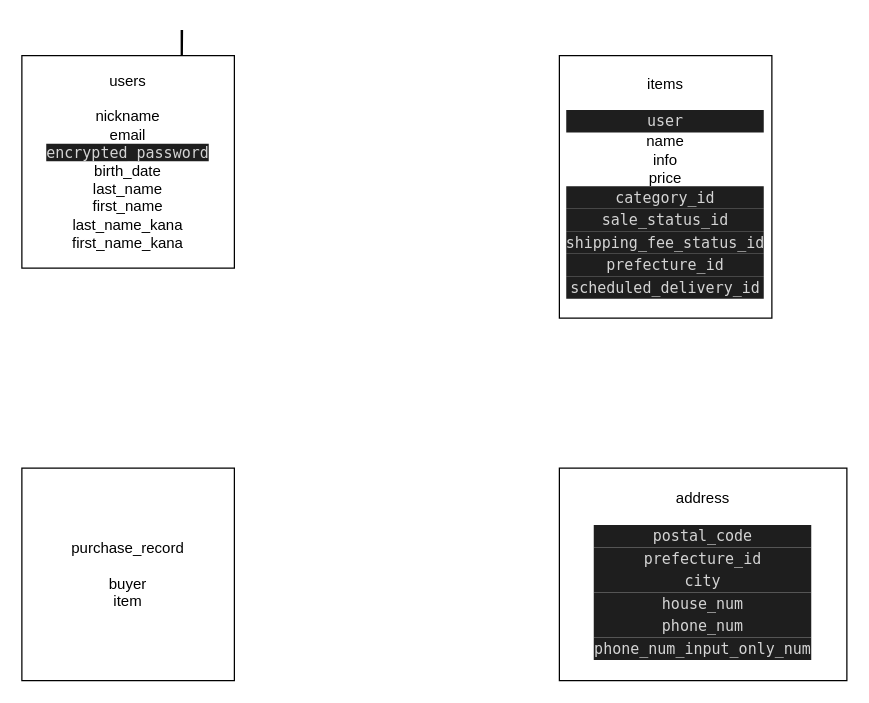
Earlier version of the draw.io diagram er.dio (blue-techcamp/furima-33017). Source tidied: cells renumbered, new cells numbered last; positions are measured from the earlier drawing's top-left corner, leaving out a move shared by most shapes. Both pictures are drawn from the tidied source at 125%, with x=0, y=0 at pixel (21, 55).
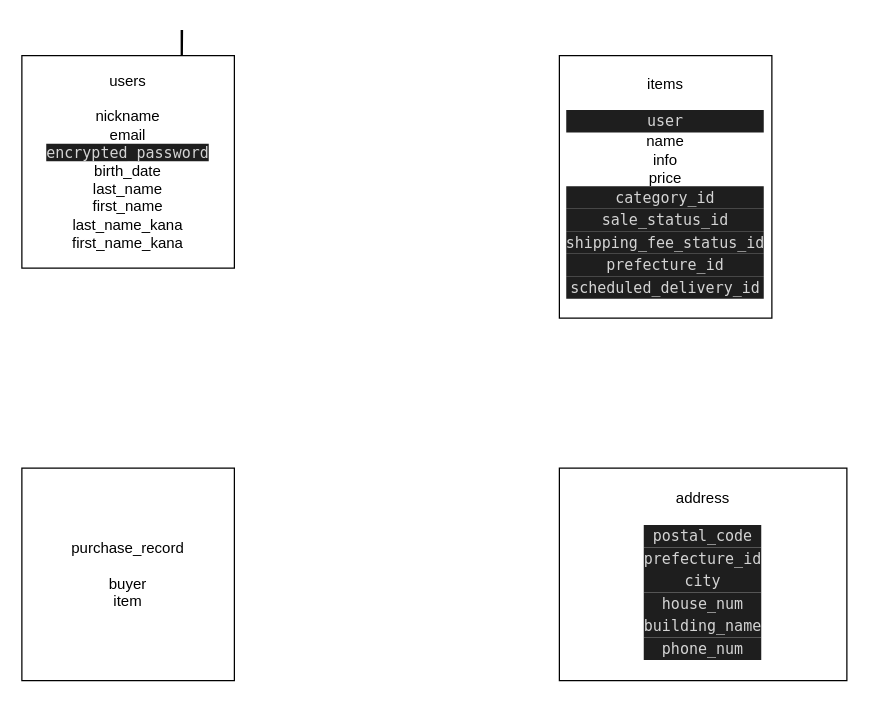
The same page after the edit.

Commit message (it also covers changes not shown here):
ER図・README修正3

The edit, as a diff of the source:
```diff
@@
 <mxGraphModel>
   <root>
     <mxCell id="0" />
     <mxCell id="1" parent="0" />
     <mxCell id="2" style="edgeStyle=orthogonalEdgeStyle;rounded=0;jettySize=auto;html=1;exitX=0.75;exitY=0;exitDx=0;exitDy=0;" parent="1" edge="1" source="3">
       <mxGeometry relative="1" as="geometry">
         <mxPoint x="128" y="40" as="targetPoint" />
       </mxGeometry>
     </mxCell>
     <mxCell id="3" value="users&lt;br&gt;&lt;br&gt;nickname&lt;br&gt;email&lt;br&gt;&lt;span style=&quot;background-color: rgb(30 , 30 , 30) ; color: rgb(212 , 212 , 212) ; font-family: &amp;#34;menlo&amp;#34; , &amp;#34;monaco&amp;#34; , &amp;#34;courier new&amp;#34; , monospace&quot;&gt;encrypted_password&lt;br&gt;&lt;/span&gt;birth_date&lt;br&gt;last_name&lt;br&gt;first_name&lt;br&gt;last_name_kana&lt;br&gt;first_name_kana" style="rounded=0;whiteSpace=wrap;html=1;" parent="1" vertex="1">
       <mxGeometry width="170" height="170" as="geometry" />
     </mxCell>
     <mxCell id="4" value="items&lt;br&gt;&lt;br&gt;&lt;div style=&quot;color: rgb(212 , 212 , 212) ; background-color: rgb(30 , 30 , 30) ; font-family: &amp;#34;menlo&amp;#34; , &amp;#34;monaco&amp;#34; , &amp;#34;courier new&amp;#34; , monospace ; line-height: 18px&quot;&gt;user&lt;/div&gt;name&lt;br&gt;info&lt;br&gt;price&lt;br&gt;&lt;div style=&quot;color: rgb(212 , 212 , 212) ; background-color: rgb(30 , 30 , 30) ; font-family: &amp;#34;menlo&amp;#34; , &amp;#34;monaco&amp;#34; , &amp;#34;courier new&amp;#34; , monospace ; line-height: 18px&quot;&gt;category_id&lt;/div&gt;&lt;div style=&quot;color: rgb(212 , 212 , 212) ; background-color: rgb(30 , 30 , 30) ; font-family: &amp;#34;menlo&amp;#34; , &amp;#34;monaco&amp;#34; , &amp;#34;courier new&amp;#34; , monospace ; line-height: 18px&quot;&gt;sale_status_id&lt;/div&gt;&lt;div style=&quot;color: rgb(212 , 212 , 212) ; background-color: rgb(30 , 30 , 30) ; font-family: &amp;#34;menlo&amp;#34; , &amp;#34;monaco&amp;#34; , &amp;#34;courier new&amp;#34; , monospace ; line-height: 18px&quot;&gt;shipping_fee_status_id&lt;/div&gt;&lt;div style=&quot;color: rgb(212 , 212 , 212) ; background-color: rgb(30 , 30 , 30) ; font-family: &amp;#34;menlo&amp;#34; , &amp;#34;monaco&amp;#34; , &amp;#34;courier new&amp;#34; , monospace ; line-height: 18px&quot;&gt;prefecture_id&lt;/div&gt;&lt;div style=&quot;color: rgb(212 , 212 , 212) ; background-color: rgb(30 , 30 , 30) ; font-family: &amp;#34;menlo&amp;#34; , &amp;#34;monaco&amp;#34; , &amp;#34;courier new&amp;#34; , monospace ; line-height: 18px&quot;&gt;scheduled_delivery_id&lt;/div&gt;" style="rounded=0;whiteSpace=wrap;html=1;" parent="1" vertex="1">
       <mxGeometry x="430" width="170" height="210" as="geometry" />
     </mxCell>
-    <mxCell id="5" value="address&lt;br&gt;&lt;br&gt;&lt;div style=&quot;color: rgb(212 , 212 , 212) ; background-color: rgb(30 , 30 , 30) ; font-family: &amp;#34;menlo&amp;#34; , &amp;#34;monaco&amp;#34; , &amp;#34;courier new&amp;#34; , monospace ; line-height: 18px&quot;&gt;postal_code&lt;br&gt;&lt;/div&gt;&lt;div style=&quot;color: rgb(212 , 212 , 212) ; background-color: rgb(30 , 30 , 30) ; font-family: &amp;#34;menlo&amp;#34; , &amp;#34;monaco&amp;#34; , &amp;#34;courier new&amp;#34; , monospace ; line-height: 18px&quot;&gt;&lt;div style=&quot;line-height: 18px&quot;&gt;&lt;div style=&quot;font-family: &amp;#34;menlo&amp;#34; , &amp;#34;monaco&amp;#34; , &amp;#34;courier new&amp;#34; , monospace ; line-height: 18px&quot;&gt;prefecture_id&lt;/div&gt;&lt;/div&gt;&lt;/div&gt;&lt;div style=&quot;color: rgb(212 , 212 , 212) ; background-color: rgb(30 , 30 , 30) ; font-family: &amp;#34;menlo&amp;#34; , &amp;#34;monaco&amp;#34; , &amp;#34;courier new&amp;#34; , monospace ; line-height: 18px&quot;&gt;city&lt;/div&gt;&lt;div style=&quot;color: rgb(212 , 212 , 212) ; background-color: rgb(30 , 30 , 30) ; font-family: &amp;#34;menlo&amp;#34; , &amp;#34;monaco&amp;#34; , &amp;#34;courier new&amp;#34; , monospace ; line-height: 18px&quot;&gt;&lt;div style=&quot;font-family: &amp;#34;menlo&amp;#34; , &amp;#34;monaco&amp;#34; , &amp;#34;courier new&amp;#34; , monospace ; line-height: 18px&quot;&gt;house_num&lt;/div&gt;&lt;/div&gt;&lt;div style=&quot;color: rgb(212 , 212 , 212) ; background-color: rgb(30 , 30 , 30) ; font-family: &amp;#34;menlo&amp;#34; , &amp;#34;monaco&amp;#34; , &amp;#34;courier new&amp;#34; , monospace ; line-height: 18px&quot;&gt;phone_num&lt;/div&gt;&lt;div style=&quot;color: rgb(212 , 212 , 212) ; background-color: rgb(30 , 30 , 30) ; font-family: &amp;#34;menlo&amp;#34; , &amp;#34;monaco&amp;#34; , &amp;#34;courier new&amp;#34; , monospace ; line-height: 18px&quot;&gt;phone_num_input_only_num&lt;/div&gt;" style="rounded=0;whiteSpace=wrap;html=1;" parent="1" vertex="1">
+    <mxCell id="5" value="address&lt;br&gt;&lt;br&gt;&lt;div style=&quot;color: rgb(212 , 212 , 212) ; background-color: rgb(30 , 30 , 30) ; font-family: &amp;#34;menlo&amp;#34; , &amp;#34;monaco&amp;#34; , &amp;#34;courier new&amp;#34; , monospace ; line-height: 18px&quot;&gt;postal_code&lt;br&gt;&lt;/div&gt;&lt;div style=&quot;color: rgb(212 , 212 , 212) ; background-color: rgb(30 , 30 , 30) ; font-family: &amp;#34;menlo&amp;#34; , &amp;#34;monaco&amp;#34; , &amp;#34;courier new&amp;#34; , monospace ; line-height: 18px&quot;&gt;&lt;div style=&quot;line-height: 18px&quot;&gt;&lt;div style=&quot;font-family: &amp;#34;menlo&amp;#34; , &amp;#34;monaco&amp;#34; , &amp;#34;courier new&amp;#34; , monospace ; line-height: 18px&quot;&gt;prefecture_id&lt;/div&gt;&lt;/div&gt;&lt;/div&gt;&lt;div style=&quot;color: rgb(212 , 212 , 212) ; background-color: rgb(30 , 30 , 30) ; font-family: &amp;#34;menlo&amp;#34; , &amp;#34;monaco&amp;#34; , &amp;#34;courier new&amp;#34; , monospace ; line-height: 18px&quot;&gt;city&lt;/div&gt;&lt;div style=&quot;color: rgb(212 , 212 , 212) ; background-color: rgb(30 , 30 , 30) ; font-family: &amp;#34;menlo&amp;#34; , &amp;#34;monaco&amp;#34; , &amp;#34;courier new&amp;#34; , monospace ; line-height: 18px&quot;&gt;&lt;div style=&quot;font-family: &amp;#34;menlo&amp;#34; , &amp;#34;monaco&amp;#34; , &amp;#34;courier new&amp;#34; , monospace ; line-height: 18px&quot;&gt;house_num&lt;/div&gt;&lt;div style=&quot;font-family: &amp;#34;menlo&amp;#34; , &amp;#34;monaco&amp;#34; , &amp;#34;courier new&amp;#34; , monospace ; line-height: 18px&quot;&gt;&lt;div style=&quot;font-family: &amp;#34;menlo&amp;#34; , &amp;#34;monaco&amp;#34; , &amp;#34;courier new&amp;#34; , monospace ; line-height: 18px&quot;&gt;building_name&lt;/div&gt;&lt;/div&gt;&lt;/div&gt;&lt;div style=&quot;color: rgb(212 , 212 , 212) ; background-color: rgb(30 , 30 , 30) ; font-family: &amp;#34;menlo&amp;#34; , &amp;#34;monaco&amp;#34; , &amp;#34;courier new&amp;#34; , monospace ; line-height: 18px&quot;&gt;phone_num&lt;/div&gt;" style="rounded=0;whiteSpace=wrap;html=1;" parent="1" vertex="1">
       <mxGeometry x="430" y="330" width="230" height="170" as="geometry" />
     </mxCell>
     <mxCell id="6" value="purchase_record&lt;br&gt;&lt;br&gt;buyer&lt;br&gt;item" style="rounded=0;whiteSpace=wrap;html=1;" parent="1" vertex="1">
       <mxGeometry y="330" width="170" height="170" as="geometry" />
     </mxCell>
   </root>
 </mxGraphModel>
```
